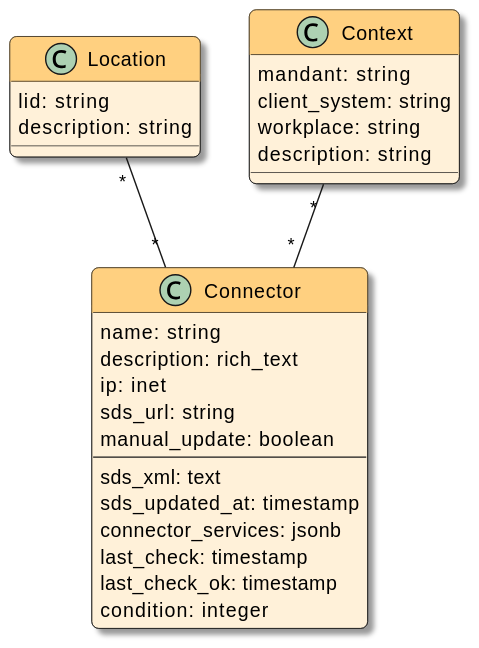
This is docs/devnotes/_images/models.svg from swobspace/cocard, a PlantUML export, as it was before one commit.
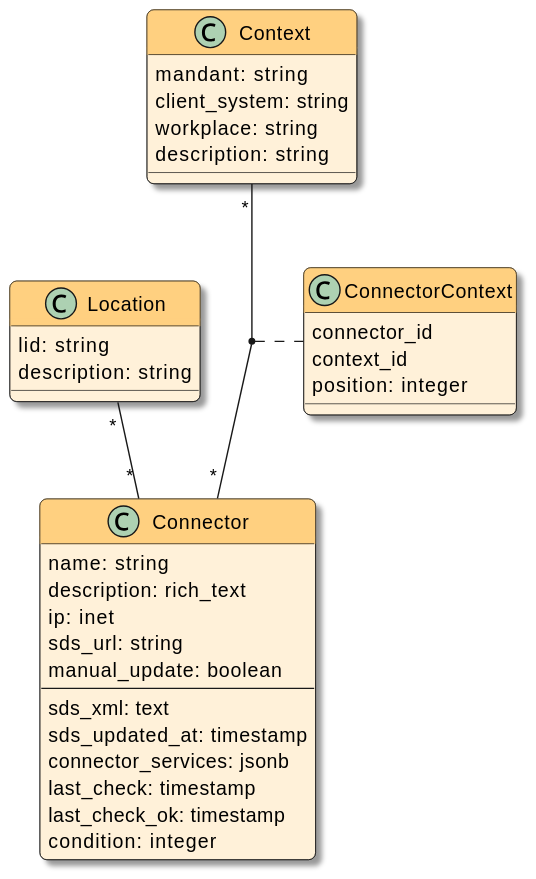
Later version of the same file.

Commit message:
replace HABTM Connector-Context: update docs

Change to the diagram source:
```diff
@@ -30,6 +30,14 @@
   description: string
 }
 
+class ConnectorContext {
+  connector_id
+  context_id
+  position: integer
+}
+
 Location "*" -- "*" Connector
 Context "*" -- "*" Connector
+
+(Connector, Context) .. ConnectorContext
 @enduml
```
